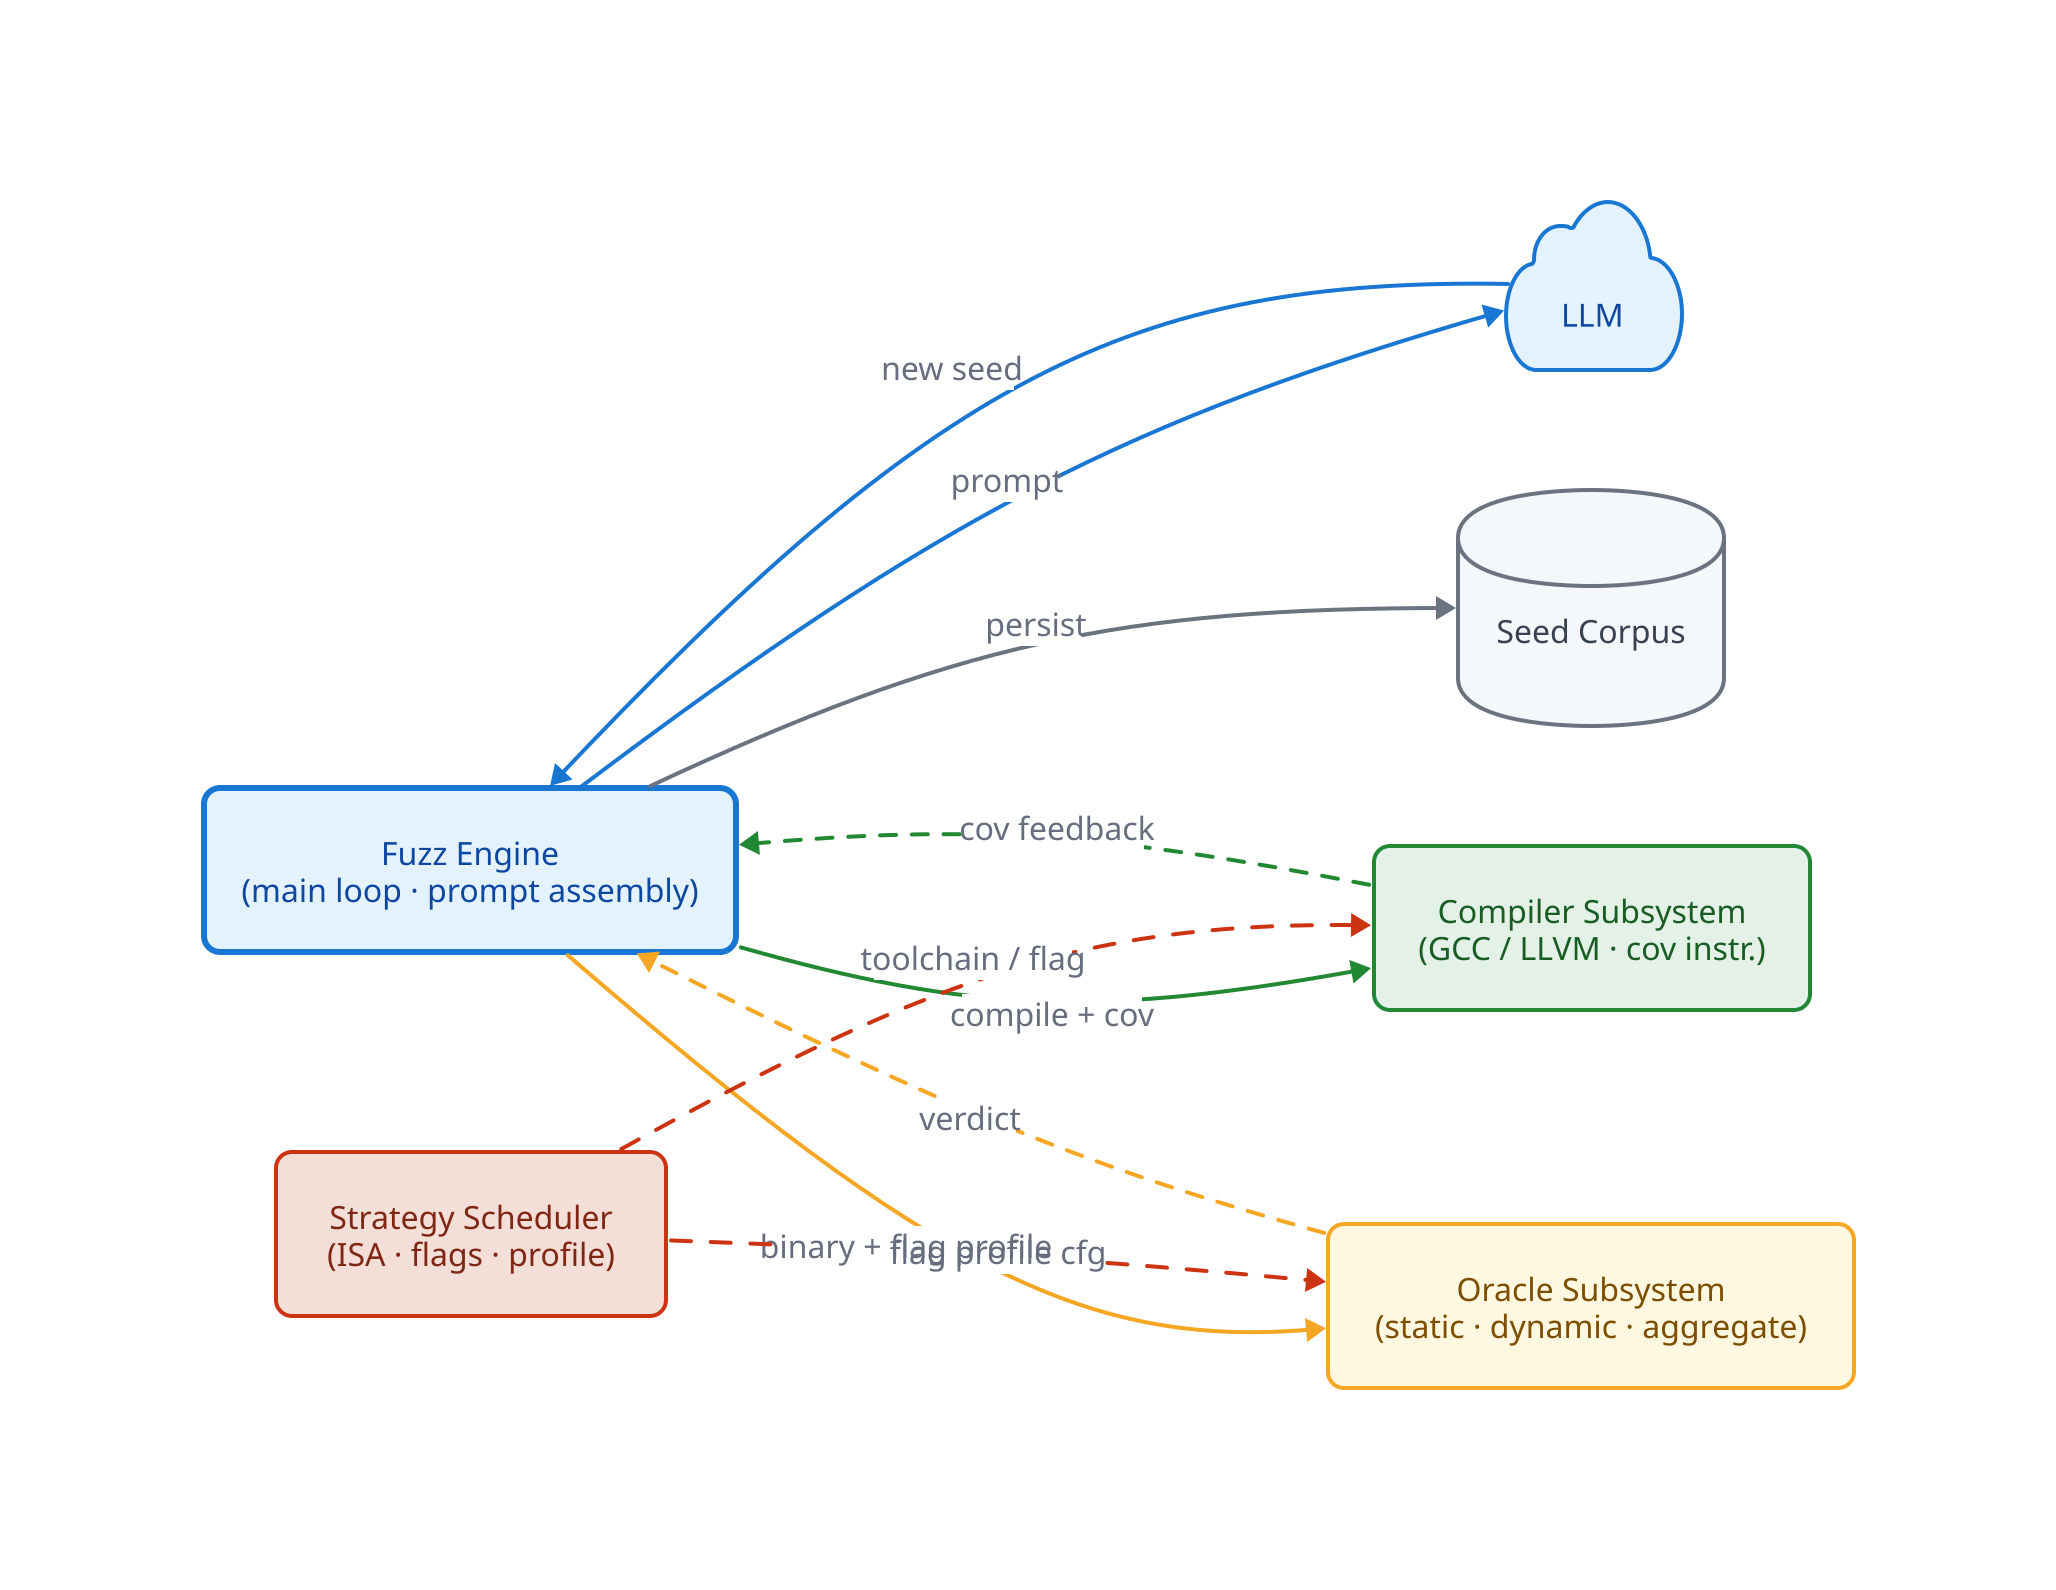
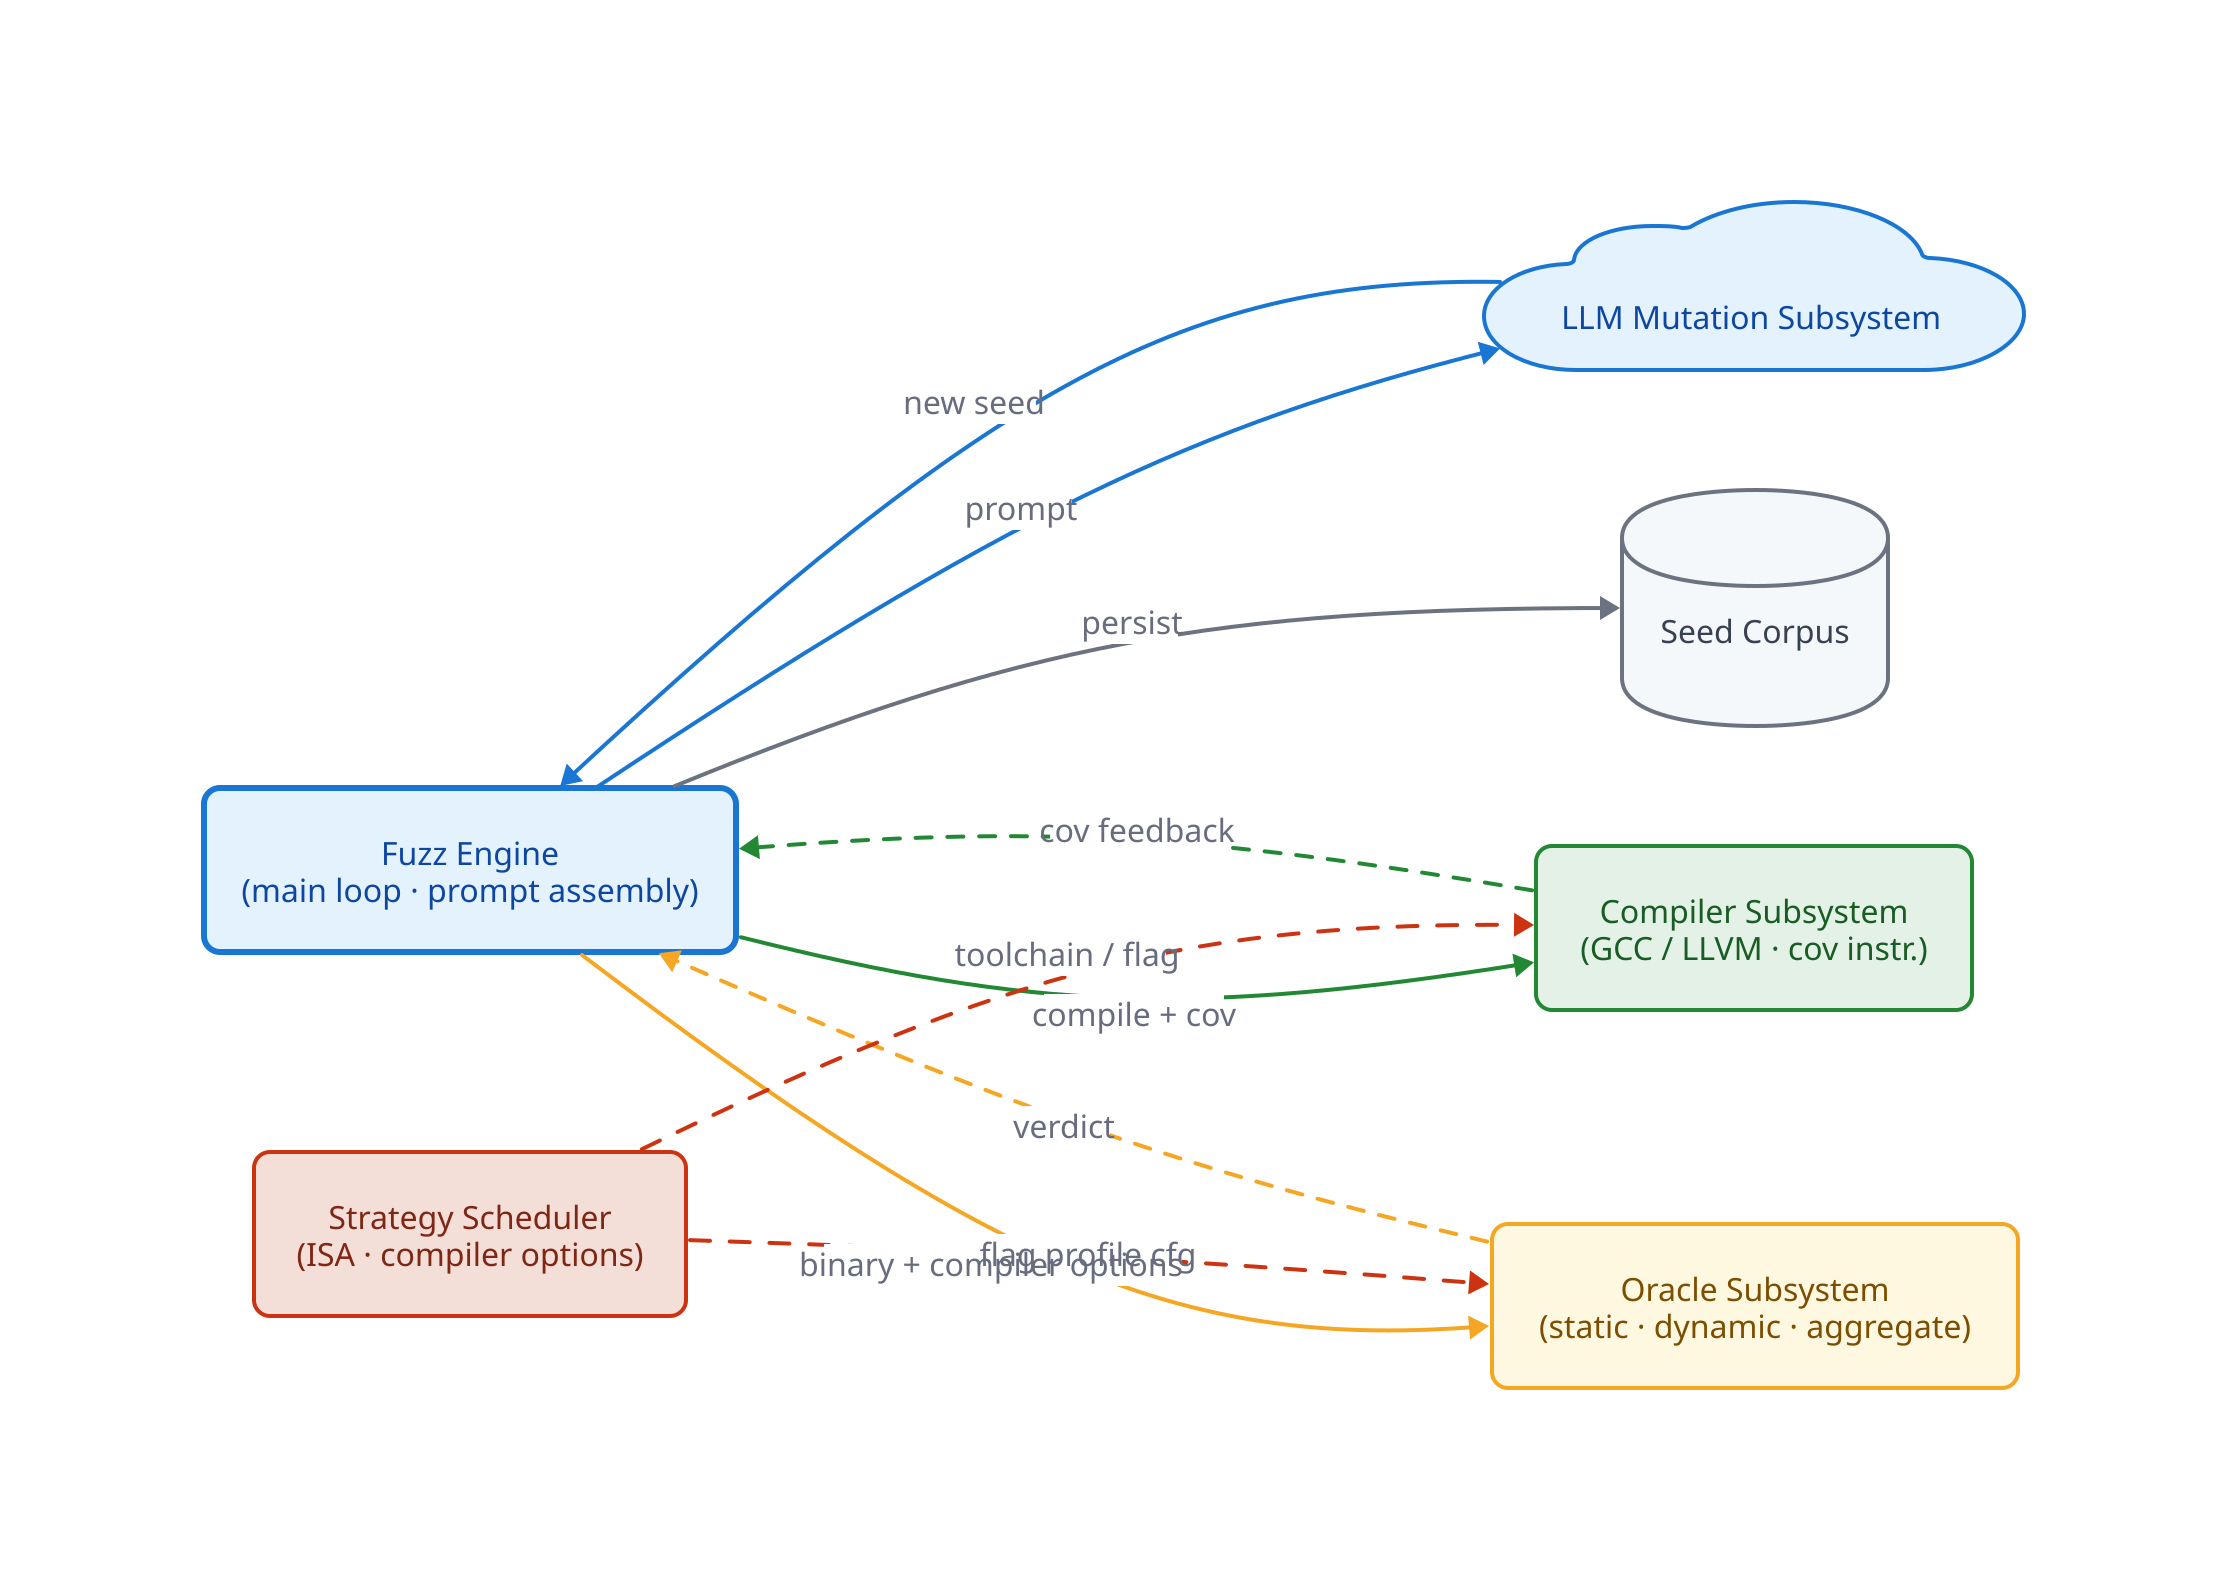
# Figure 4 — DeFuzz overall architecture (English)
# render: d2 --layout=elk --pad=24 architecture.en.d2 architecture.en.svg

direction: right

engine: "Fuzz Engine\n(main loop · prompt assembly)" {
  style: {
    fill: "#E3F2FD"; stroke: "#1976D2"; stroke-width: 3
    font-color: "#0D47A1"; border-radius: 8; bold: true
  }
}

- llm: "LLM" {
+ llm: "LLM Mutation Subsystem" {
  shape: cloud
  style: {
    fill: "#E3F2FD"; stroke: "#1976D2"; stroke-width: 2
    font-color: "#0D47A1"; bold: true
  }
}

compiler: "Compiler Subsystem\n(GCC / LLVM · cov instr.)" {
  style: {
    fill: "#E3F1E7"; stroke: "#228833"; stroke-width: 2
    font-color: "#195C24"; border-radius: 8
  }
}

oracle: "Oracle Subsystem\n(static · dynamic · aggregate)" {
  style: {
    fill: "#FFF8E1"; stroke: "#F5A623"; stroke-width: 2
    font-color: "#7D4E00"; border-radius: 8
  }
}

corpus: "Seed Corpus" {
  shape: cylinder
  style: {
    fill: "#F4F8FB"; stroke: "#6B7280"; stroke-width: 2
    font-color: "#374151"; bold: true
  }
}

- scheduler: "Strategy Scheduler\n(ISA · flags · profile)" {
+ scheduler: "Strategy Scheduler\n(ISA · compiler options)" {
  style: {
    fill: "#F4DFD8"; stroke: "#CC3311"; stroke-width: 2
    font-color: "#7F2615"; border-radius: 8
  }
}

engine -> llm: "prompt" { style: { stroke: "#1976D2"; stroke-width: 2 } }
llm -> engine: "new seed" { style: { stroke: "#1976D2"; stroke-width: 2 } }

engine -> compiler: "compile + cov" { style: { stroke: "#228833"; stroke-width: 2 } }
compiler -> engine: "cov feedback" { style: { stroke: "#228833"; stroke-width: 2; stroke-dash: 4 } }

- engine -> oracle: "binary + flag profile" { style: { stroke: "#F5A623"; stroke-width: 2 } }
+ engine -> oracle: "binary + compiler options" { style: { stroke: "#F5A623"; stroke-width: 2 } }
oracle -> engine: "verdict" { style: { stroke: "#F5A623"; stroke-width: 2; stroke-dash: 4 } }

engine -> corpus: "persist" { style: { stroke: "#6B7280"; stroke-width: 2 } }

scheduler -> compiler: "toolchain / flag" { style: { stroke: "#CC3311"; stroke-width: 2; stroke-dash: 5 } }
scheduler -> oracle: "flag profile cfg" { style: { stroke: "#CC3311"; stroke-width: 2; stroke-dash: 5 } }
